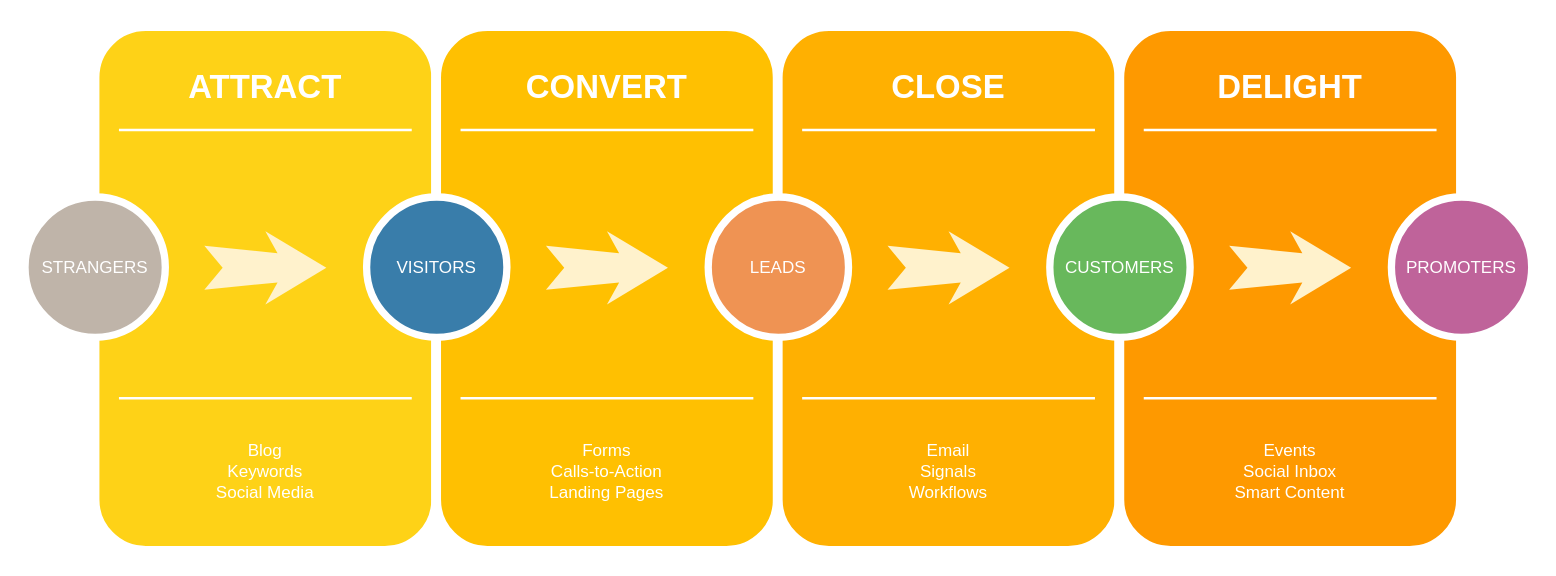
This is Untitled Diagram.drawio from leiting6/diagrams, a draw.io file, before an edit. Source tidied: cells renumbered, new cells numbered last; positions are measured from the earlier drawing's top-left corner, leaving out a move shared by most shapes. Both pictures are drawn from the tidied source at 122%, with x=0, y=0 at pixel (24, 26).
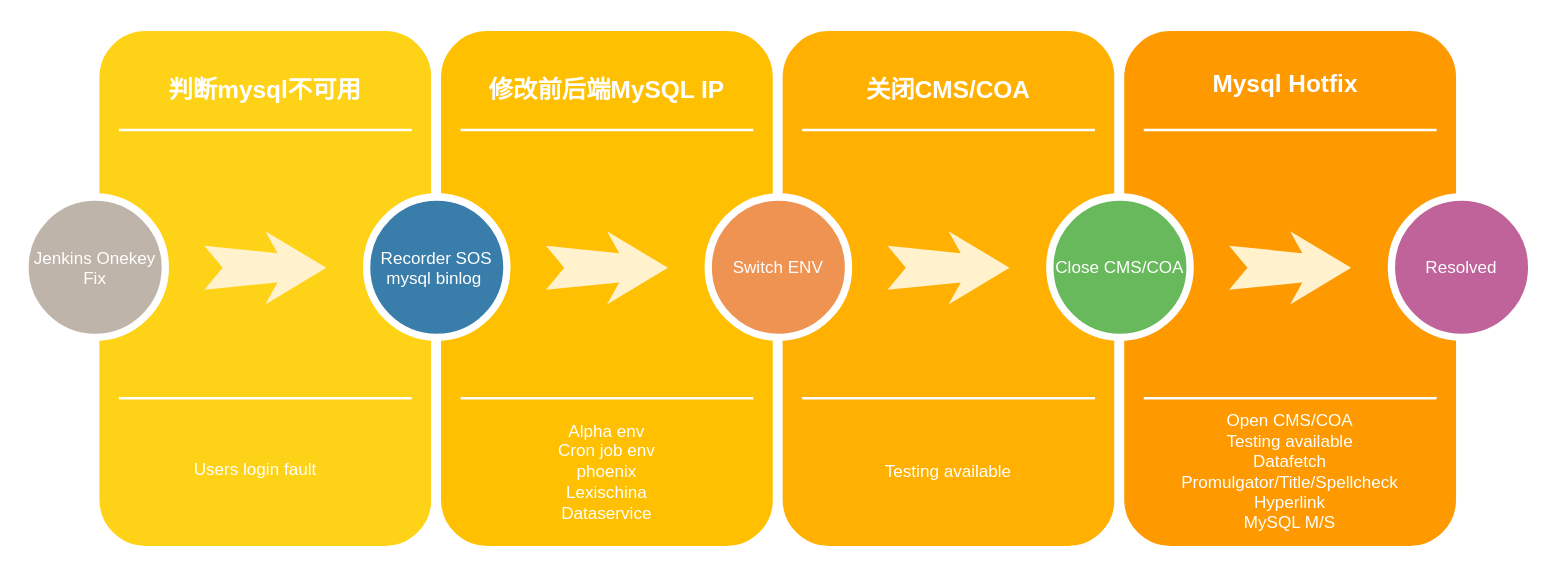
The same page after the edit.

Change to the diagram source:
```diff
@@
-    <mxCell id="3" value="ATTRACT" style="text;html=1;strokeColor=none;fillColor=none;align=center;verticalAlign=middle;whiteSpace=wrap;rounded=0;shadow=0;fontSize=27;fontColor=#FFFFFF;fontStyle=1;" parent="1" vertex="1">
+    <mxCell id="3" value="&lt;font style=&quot;font-size: 20px;&quot;&gt;判断mysql不可用&lt;/font&gt;" style="text;html=1;strokeColor=none;fillColor=none;align=center;verticalAlign=middle;whiteSpace=wrap;rounded=0;shadow=0;fontSize=27;fontColor=#FFFFFF;fontStyle=1;" parent="1" vertex="1">
       <mxGeometry x="57" y="20" width="280" height="60" as="geometry" />
     </mxCell>
-    <mxCell id="4" value="Blog&lt;div&gt;Keywords&lt;/div&gt;&lt;div&gt;Social Media&lt;/div&gt;" style="text;html=1;strokeColor=none;fillColor=none;align=center;verticalAlign=middle;whiteSpace=wrap;rounded=0;shadow=0;fontSize=14;fontColor=#FFFFFF;" parent="1" vertex="1">
-      <mxGeometry x="57" y="320" width="280" height="90" as="geometry" />
+    <mxCell id="4" value="Users login fault" style="text;html=1;strokeColor=none;fillColor=none;align=center;verticalAlign=middle;whiteSpace=wrap;rounded=0;shadow=0;fontSize=14;fontColor=#FFFFFF;" parent="1" vertex="1">
+      <mxGeometry x="57" y="320" width="264" height="85" as="geometry" />
     </mxCell>
@@
-    <mxCell id="7" value="STRANGERS" style="ellipse;whiteSpace=wrap;html=1;rounded=0;shadow=0;strokeWidth=6;fontSize=14;align=center;fillColor=#BFB4A9;strokeColor=#FFFFFF;fontColor=#FFFFFF;" parent="1" vertex="1">
+    <mxCell id="7" value="Jenkins Onekey Fix" style="ellipse;whiteSpace=wrap;html=1;rounded=0;shadow=0;strokeWidth=6;fontSize=14;align=center;fillColor=#BFB4A9;strokeColor=#FFFFFF;fontColor=#FFFFFF;" parent="1" vertex="1">
       <mxGeometry y="140" width="115" height="115" as="geometry" />
     </mxCell>
@@
-    <mxCell id="10" value="CONVERT" style="text;html=1;strokeColor=none;fillColor=none;align=center;verticalAlign=middle;whiteSpace=wrap;rounded=0;shadow=0;fontSize=27;fontColor=#FFFFFF;fontStyle=1;" parent="1" vertex="1">
+    <mxCell id="10" value="&lt;font style=&quot;font-size: 20px;&quot;&gt;修改前后端MySQL IP&lt;/font&gt;" style="text;html=1;strokeColor=none;fillColor=none;align=center;verticalAlign=middle;whiteSpace=wrap;rounded=0;shadow=0;fontSize=27;fontColor=#FFFFFF;fontStyle=1;" parent="1" vertex="1">
       <mxGeometry x="337" y="20" width="280" height="60" as="geometry" />
     </mxCell>
-    <mxCell id="11" value="Forms&lt;div&gt;Calls-to-Action&lt;/div&gt;&lt;div&gt;Landing Pages&lt;/div&gt;" style="text;html=1;strokeColor=none;fillColor=none;align=center;verticalAlign=middle;whiteSpace=wrap;rounded=0;shadow=0;fontSize=14;fontColor=#FFFFFF;" parent="1" vertex="1">
+    <mxCell id="11" value="&lt;div&gt;Alpha env&lt;br&gt;Cron job env&lt;br&gt;phoenix&lt;br&gt;Lexischina&lt;/div&gt;&lt;div&gt;Dataservice&lt;/div&gt;" style="text;html=1;strokeColor=none;fillColor=none;align=center;verticalAlign=middle;whiteSpace=wrap;rounded=0;shadow=0;fontSize=14;fontColor=#FFFFFF;" parent="1" vertex="1">
       <mxGeometry x="337" y="320" width="280" height="90" as="geometry" />
     </mxCell>
@@
-    <mxCell id="14" value="VISITORS" style="ellipse;whiteSpace=wrap;html=1;rounded=0;shadow=0;strokeWidth=6;fontSize=14;align=center;fillColor=#397DAA;strokeColor=#FFFFFF;fontColor=#FFFFFF;" parent="1" vertex="1">
+    <mxCell id="14" value="Recorder SOS mysql binlog&amp;nbsp;" style="ellipse;whiteSpace=wrap;html=1;rounded=0;shadow=0;strokeWidth=6;fontSize=14;align=center;fillColor=#397DAA;strokeColor=#FFFFFF;fontColor=#FFFFFF;" parent="1" vertex="1">
       <mxGeometry x="280" y="140" width="115" height="115" as="geometry" />
     </mxCell>
@@
-    <mxCell id="17" value="CLOSE" style="text;html=1;strokeColor=none;fillColor=none;align=center;verticalAlign=middle;whiteSpace=wrap;rounded=0;shadow=0;fontSize=27;fontColor=#FFFFFF;fontStyle=1;" parent="1" vertex="1">
+    <mxCell id="17" value="&lt;font style=&quot;font-size: 20px;&quot;&gt;关闭CMS/COA&lt;/font&gt;" style="text;html=1;strokeColor=none;fillColor=none;align=center;verticalAlign=middle;whiteSpace=wrap;rounded=0;shadow=0;fontSize=27;fontColor=#FFFFFF;fontStyle=1;" parent="1" vertex="1">
       <mxGeometry x="617" y="20" width="280" height="60" as="geometry" />
     </mxCell>
-    <mxCell id="18" value="Email&lt;div&gt;Signals&lt;/div&gt;&lt;div&gt;Workflows&lt;/div&gt;" style="text;html=1;strokeColor=none;fillColor=none;align=center;verticalAlign=middle;whiteSpace=wrap;rounded=0;shadow=0;fontSize=14;fontColor=#FFFFFF;" parent="1" vertex="1">
+    <mxCell id="18" value="Testing available" style="text;html=1;strokeColor=none;fillColor=none;align=center;verticalAlign=middle;whiteSpace=wrap;rounded=0;shadow=0;fontSize=14;fontColor=#FFFFFF;" parent="1" vertex="1">
       <mxGeometry x="617" y="320" width="280" height="90" as="geometry" />
     </mxCell>
@@
-    <mxCell id="21" value="LEADS" style="ellipse;whiteSpace=wrap;html=1;rounded=0;shadow=0;strokeWidth=6;fontSize=14;align=center;fillColor=#EF9353;strokeColor=#FFFFFF;fontColor=#FFFFFF;" parent="1" vertex="1">
+    <mxCell id="21" value="Switch ENV" style="ellipse;whiteSpace=wrap;html=1;rounded=0;shadow=0;strokeWidth=6;fontSize=14;align=center;fillColor=#EF9353;strokeColor=#FFFFFF;fontColor=#FFFFFF;" parent="1" vertex="1">
       <mxGeometry x="560" y="140" width="115" height="115" as="geometry" />
     </mxCell>
@@
-    <mxCell id="24" value="DELIGHT" style="text;html=1;strokeColor=none;fillColor=none;align=center;verticalAlign=middle;whiteSpace=wrap;rounded=0;shadow=0;fontSize=27;fontColor=#FFFFFF;fontStyle=1;" parent="1" vertex="1">
-      <mxGeometry x="897" y="20" width="280" height="60" as="geometry" />
+    <mxCell id="24" value="&lt;font style=&quot;font-size: 20px;&quot;&gt;Mysql Hotfix&lt;/font&gt;&amp;nbsp;" style="text;html=1;strokeColor=none;fillColor=none;align=center;verticalAlign=middle;whiteSpace=wrap;rounded=0;shadow=0;fontSize=27;fontColor=#FFFFFF;fontStyle=1;" parent="1" vertex="1">
+      <mxGeometry x="897" y="15" width="280" height="60" as="geometry" />
     </mxCell>
-    <mxCell id="25" value="Events&lt;div&gt;Social Inbox&lt;/div&gt;&lt;div&gt;Smart Content&lt;/div&gt;" style="text;html=1;strokeColor=none;fillColor=none;align=center;verticalAlign=middle;whiteSpace=wrap;rounded=0;shadow=0;fontSize=14;fontColor=#FFFFFF;" parent="1" vertex="1">
+    <mxCell id="25" value="Open CMS/COA&lt;div&gt;Testing available&lt;br&gt;&lt;/div&gt;&lt;div&gt;Datafetch&lt;br&gt;Promulgator/Title/Spellcheck&lt;br&gt;Hyperlink&lt;/div&gt;&lt;div&gt;MySQL M/S&lt;/div&gt;" style="text;html=1;strokeColor=none;fillColor=none;align=center;verticalAlign=middle;whiteSpace=wrap;rounded=0;shadow=0;fontSize=14;fontColor=#FFFFFF;" parent="1" vertex="1">
       <mxGeometry x="897" y="320" width="280" height="90" as="geometry" />
     </mxCell>
@@
-    <mxCell id="28" value="CUSTOMERS" style="ellipse;whiteSpace=wrap;html=1;rounded=0;shadow=0;strokeWidth=6;fontSize=14;align=center;fillColor=#68B85C;strokeColor=#FFFFFF;fontColor=#FFFFFF;" parent="1" vertex="1">
+    <mxCell id="28" value="Close CMS/COA" style="ellipse;whiteSpace=wrap;html=1;rounded=0;shadow=0;strokeWidth=6;fontSize=14;align=center;fillColor=#68B85C;strokeColor=#FFFFFF;fontColor=#FFFFFF;" parent="1" vertex="1">
       <mxGeometry x="840" y="140" width="115" height="115" as="geometry" />
     </mxCell>
@@
-    <mxCell id="30" value="PROMOTERS" style="ellipse;whiteSpace=wrap;html=1;rounded=0;shadow=0;strokeWidth=6;fontSize=14;align=center;fillColor=#BF639A;strokeColor=#FFFFFF;fontColor=#FFFFFF;" parent="1" vertex="1">
+    <mxCell id="30" value="Resolved" style="ellipse;whiteSpace=wrap;html=1;rounded=0;shadow=0;strokeWidth=6;fontSize=14;align=center;fillColor=#BF639A;strokeColor=#FFFFFF;fontColor=#FFFFFF;" parent="1" vertex="1">
       <mxGeometry x="1120" y="140" width="115" height="115" as="geometry" />
     </mxCell>
```
